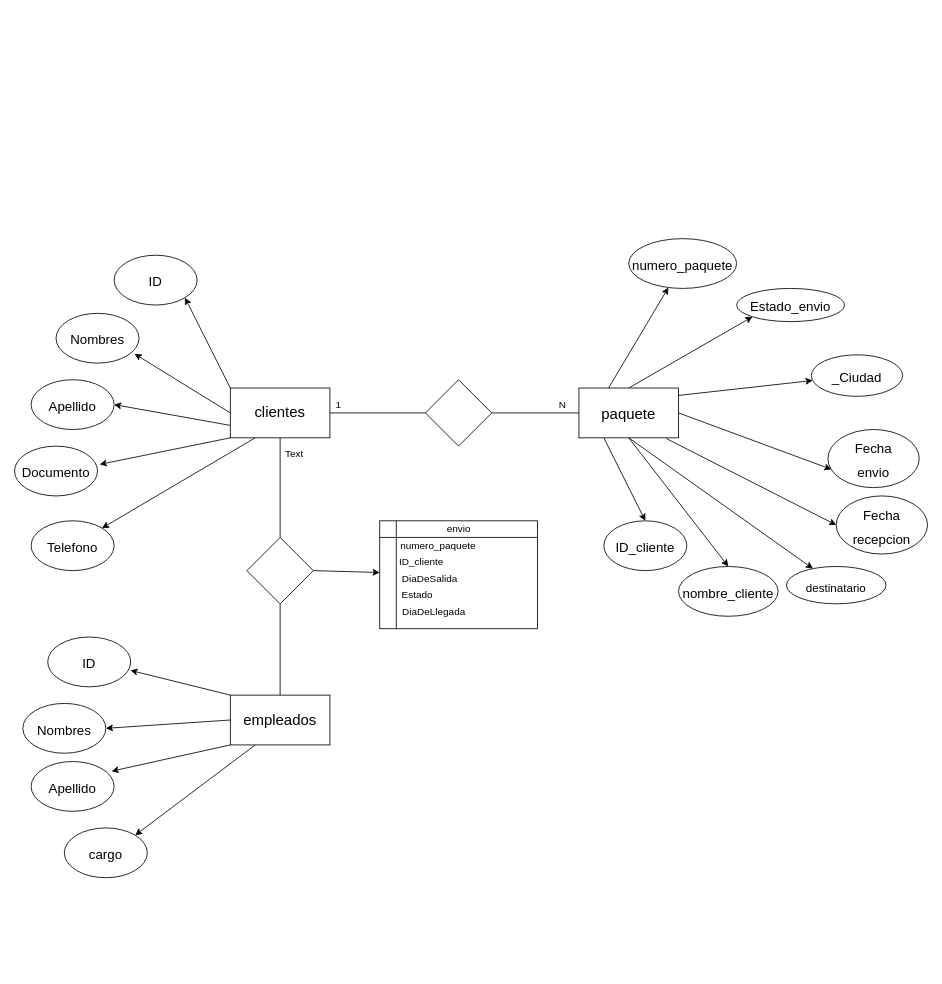
Above: mer_V4.drawio in mateovillaa11/Proyecto_FindeA-o (draw.io), before the change. Source tidied: cells renumbered, new cells numbered last; positions are measured from the earlier drawing's top-left corner, leaving out a move shared by most shapes. Both pictures are drawn from the tidied source at 83%, with x=0, y=0 at pixel (14, 238).
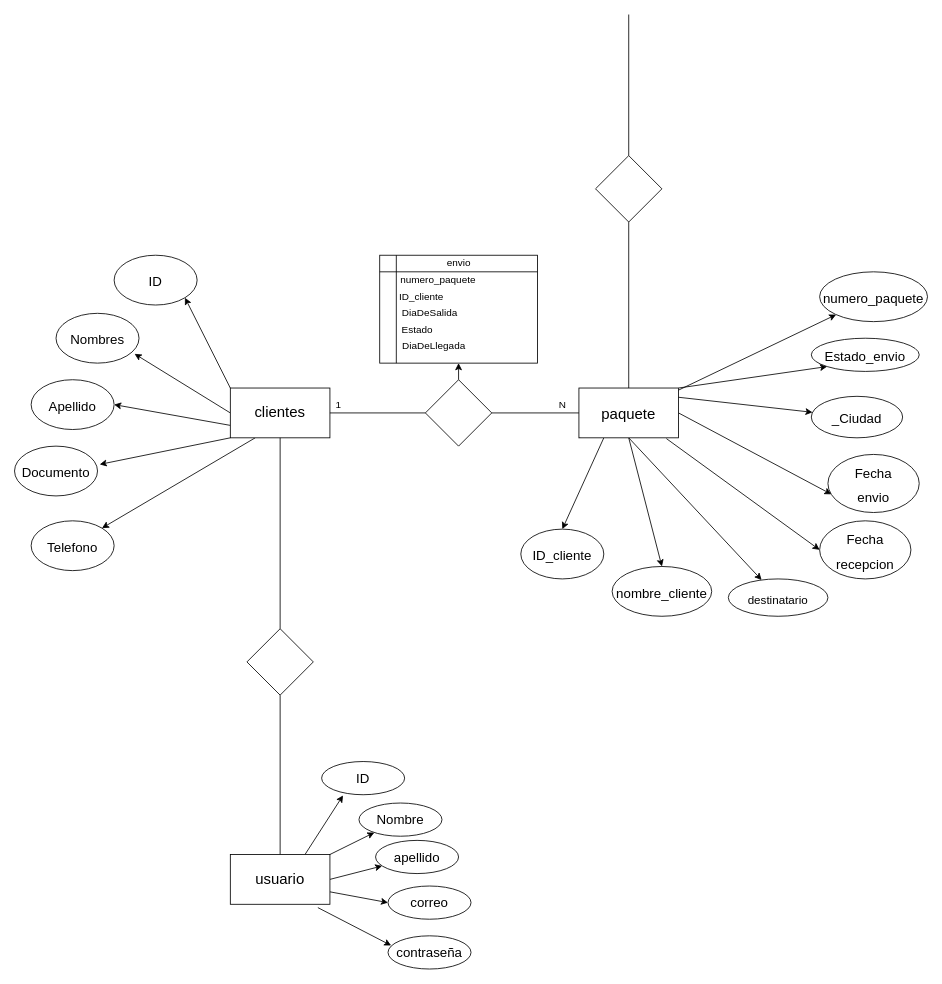
The same diagram, later.

Commit message:
nuevo mer

Unchanged cells that the change refers to:
```xml
<mxCell id="21" value="&lt;span style=&quot;font-size: 18px&quot;&gt;paquete&lt;/span&gt;" style="rounded=0;whiteSpace=wrap;html=1;fontSize=24;" parent="1" vertex="1">
  <mxGeometry x="680" y="180" width="120" height="60" as="geometry" />
</mxCell>
<mxCell id="34" style="rhombus;whiteSpace=wrap;html=1;fontSize=9;" parent="1" vertex="1">
  <mxGeometry x="495" y="170" width="80" height="80" as="geometry" />
</mxCell>
```

Change to the diagram source:
```diff
@@
-    <mxCell id="19" style="edgeStyle=none;html=1;exitX=0.5;exitY=0;exitDx=0;exitDy=0;entryX=0;entryY=1;entryDx=0;entryDy=0;" parent="1" edge="1" source="21" target="27">
+    <mxCell id="19" style="edgeStyle=none;html=1;exitX=1;exitY=0;exitDx=0;exitDy=0;entryX=0;entryY=1;entryDx=0;entryDy=0;" parent="1" edge="1" source="21" target="27">
       <mxGeometry relative="1" as="geometry" />
     </mxCell>
@@
     <mxCell id="22" value="&lt;span style=&quot;font-size: 16px&quot;&gt;numero_paquete&lt;br&gt;&lt;/span&gt;" style="ellipse;whiteSpace=wrap;html=1;fontSize=24;" parent="1" vertex="1">
-      <mxGeometry x="740" width="130" height="60" as="geometry" />
+      <mxGeometry x="970" y="40" width="130" height="60" as="geometry" />
     </mxCell>
     <mxCell id="23" value="&lt;font style=&quot;font-size: 14px&quot;&gt;destinatario&lt;/font&gt;" style="ellipse;whiteSpace=wrap;html=1;fontSize=24;" parent="1" vertex="1">
-      <mxGeometry x="930" y="395" width="120" height="45" as="geometry" />
+      <mxGeometry x="860" y="410" width="120" height="45" as="geometry" />
     </mxCell>
     <mxCell id="24" value="&lt;span style=&quot;font-size: 16px&quot;&gt;Fecha&lt;br&gt;recepcion&lt;br&gt;&lt;/span&gt;" style="ellipse;whiteSpace=wrap;html=1;fontSize=24;" parent="1" vertex="1">
-      <mxGeometry x="990" y="310" width="110" height="70" as="geometry" />
+      <mxGeometry x="970" y="340" width="110" height="70" as="geometry" />
     </mxCell>
     <mxCell id="25" value="&lt;span style=&quot;font-size: 16px&quot;&gt;Fecha&lt;br&gt;envio&lt;br&gt;&lt;/span&gt;" style="ellipse;whiteSpace=wrap;html=1;fontSize=24;" parent="1" vertex="1">
-      <mxGeometry x="980" y="230" width="110" height="70" as="geometry" />
+      <mxGeometry x="980" y="260" width="110" height="70" as="geometry" />
     </mxCell>
     <mxCell id="26" value="&lt;span style=&quot;font-size: 16px&quot;&gt;_Ciudad&lt;br&gt;&lt;/span&gt;" style="ellipse;whiteSpace=wrap;html=1;fontSize=24;" parent="1" vertex="1">
-      <mxGeometry x="960" y="140" width="110" height="50" as="geometry" />
+      <mxGeometry x="960" y="190" width="110" height="50" as="geometry" />
     </mxCell>
     <mxCell id="27" value="&lt;span style=&quot;font-size: 16px&quot;&gt;Estado_envio&lt;br&gt;&lt;/span&gt;" style="ellipse;whiteSpace=wrap;html=1;fontSize=24;" parent="1" vertex="1">
-      <mxGeometry x="870" y="60" width="130" height="40" as="geometry" />
+      <mxGeometry x="960" y="120" width="130" height="40" as="geometry" />
     </mxCell>
     <mxCell id="28" value="&lt;span style=&quot;font-size: 16px&quot;&gt;ID_cliente&lt;/span&gt;" style="ellipse;whiteSpace=wrap;html=1;fontSize=24;" parent="1" vertex="1">
-      <mxGeometry x="710" y="340" width="100" height="60" as="geometry" />
+      <mxGeometry x="610" y="350" width="100" height="60" as="geometry" />
     </mxCell>
@@
     <mxCell id="32" value="&lt;span style=&quot;font-size: 16px&quot;&gt;nombre_cliente&lt;/span&gt;" style="ellipse;whiteSpace=wrap;html=1;fontSize=24;" parent="1" vertex="1">
-      <mxGeometry x="800" y="395" width="120" height="60" as="geometry" />
+      <mxGeometry x="720" y="395" width="120" height="60" as="geometry" />
     </mxCell>
-    <mxCell id="33" style="edgeStyle=none;html=1;exitX=1;exitY=0.5;exitDx=0;exitDy=0;fontSize=9;" parent="1" edge="1" source="49" target="36">
+    <mxCell id="33" style="edgeStyle=none;html=1;exitX=0.5;exitY=0;exitDx=0;exitDy=0;fontSize=9;" parent="1" edge="1" source="34" target="36">
       <mxGeometry relative="1" as="geometry" />
     </mxCell>
@@
     <mxCell id="36" style="shape=internalStorage;whiteSpace=wrap;html=1;backgroundOutline=1;fontSize=9;" parent="1" vertex="1">
-      <mxGeometry x="440" y="340" width="190" height="130" as="geometry" />
+      <mxGeometry x="440" y="20" width="190" height="130" as="geometry" />
     </mxCell>
     <mxCell id="37" value="&lt;font style=&quot;font-size: 12px&quot;&gt;envio&lt;/font&gt;" style="text;html=1;align=center;verticalAlign=middle;strokeColor=none;fillColor=none;fontSize=9;" parent="1" vertex="1">
-      <mxGeometry x="515" y="340" width="40" height="20" as="geometry" />
+      <mxGeometry x="515" y="20" width="40" height="20" as="geometry" />
     </mxCell>
     <mxCell id="38" value="numero_paquete" style="text;html=1;align=center;verticalAlign=middle;strokeColor=none;fillColor=none;fontSize=12;" parent="1" vertex="1">
-      <mxGeometry x="455" y="360" width="110" height="20" as="geometry" />
+      <mxGeometry x="455" y="40" width="110" height="20" as="geometry" />
     </mxCell>
     <mxCell id="39" value="DiaDeSalida" style="text;html=1;align=center;verticalAlign=middle;strokeColor=none;fillColor=none;fontSize=12;" parent="1" vertex="1">
-      <mxGeometry x="460" y="400" width="80" height="20" as="geometry" />
+      <mxGeometry x="460" y="80" width="80" height="20" as="geometry" />
     </mxCell>
     <mxCell id="40" value="DiaDeLlegada" style="text;html=1;align=center;verticalAlign=middle;strokeColor=none;fillColor=none;fontSize=12;" parent="1" vertex="1">
-      <mxGeometry x="460" y="440" width="90" height="20" as="geometry" />
+      <mxGeometry x="460" y="120" width="90" height="20" as="geometry" />
     </mxCell>
     <mxCell id="41" value="Estado" style="text;html=1;align=center;verticalAlign=middle;strokeColor=none;fillColor=none;fontSize=12;" parent="1" vertex="1">
-      <mxGeometry x="460" y="420" width="50" height="20" as="geometry" />
+      <mxGeometry x="460" y="100" width="50" height="20" as="geometry" />
     </mxCell>
     <mxCell id="42" value="ID_cliente" style="text;html=1;align=center;verticalAlign=middle;strokeColor=none;fillColor=none;fontSize=12;" parent="1" vertex="1">
-      <mxGeometry x="455" y="380" width="70" height="20" as="geometry" />
+      <mxGeometry x="455" y="60" width="70" height="20" as="geometry" />
     </mxCell>
@@
-    <mxCell id="44" style="edgeStyle=none;html=1;exitX=0;exitY=0.5;exitDx=0;exitDy=0;fontSize=12;entryX=1;entryY=0.5;entryDx=0;entryDy=0;" parent="1" edge="1" source="48" target="51">
-      <mxGeometry relative="1" as="geometry" />
-    </mxCell>
-    <mxCell id="45" style="edgeStyle=none;html=1;exitX=0;exitY=1;exitDx=0;exitDy=0;fontSize=12;entryX=0.969;entryY=0.194;entryDx=0;entryDy=0;entryPerimeter=0;" parent="1" edge="1" source="48" target="52">
-      <mxGeometry relative="1" as="geometry" />
-    </mxCell>
-    <mxCell id="46" style="edgeStyle=none;html=1;exitX=0.25;exitY=1;exitDx=0;exitDy=0;fontSize=12;entryX=1;entryY=0;entryDx=0;entryDy=0;" parent="1" edge="1" source="48" target="54">
-      <mxGeometry relative="1" as="geometry" />
-    </mxCell>
+    <mxCell id="55" style="edgeStyle=none;html=1;exitX=1;exitY=0.5;exitDx=0;exitDy=0;" parent="1" edge="1" source="48" target="59">
+      <mxGeometry relative="1" as="geometry" />
+    </mxCell>
+    <mxCell id="56" style="edgeStyle=none;html=1;exitX=0.879;exitY=1.067;exitDx=0;exitDy=0;fontSize=18;entryX=0.038;entryY=0.291;entryDx=0;entryDy=0;entryPerimeter=0;exitPerimeter=0;" parent="1" edge="1" source="48" target="61">
+      <mxGeometry relative="1" as="geometry" />
+    </mxCell>
+    <mxCell id="57" style="edgeStyle=none;html=1;exitX=1;exitY=0;exitDx=0;exitDy=0;fontSize=18;" parent="1" edge="1" source="48" target="60">
+      <mxGeometry relative="1" as="geometry" />
+    </mxCell>
-    <mxCell id="47" style="edgeStyle=none;html=1;exitX=0;exitY=0;exitDx=0;exitDy=0;entryX=0.997;entryY=0.67;entryDx=0;entryDy=0;entryPerimeter=0;fontSize=12;" parent="1" edge="1" source="48" target="53">
+    <mxCell id="47" style="edgeStyle=none;html=1;exitX=0.75;exitY=0;exitDx=0;exitDy=0;fontSize=18;entryX=0.258;entryY=1.021;entryDx=0;entryDy=0;entryPerimeter=0;" parent="1" edge="1" source="48" target="53">
       <mxGeometry relative="1" as="geometry" />
     </mxCell>
+    <mxCell id="58" style="edgeStyle=none;html=1;exitX=1;exitY=0.75;exitDx=0;exitDy=0;fontSize=18;entryX=0;entryY=0.5;entryDx=0;entryDy=0;" parent="1" edge="1" source="48" target="62">
+      <mxGeometry relative="1" as="geometry" />
+    </mxCell>
-    <mxCell id="48" value="&lt;span style=&quot;font-size: 18px&quot;&gt;empleados&lt;/span&gt;" style="rounded=0;whiteSpace=wrap;html=1;" parent="1" vertex="1">
-      <mxGeometry x="260" y="550" width="120" height="60" as="geometry" />
+    <mxCell id="48" value="&lt;span style=&quot;font-size: 18px&quot;&gt;usuario&lt;/span&gt;" style="rounded=0;whiteSpace=wrap;html=1;" parent="1" vertex="1">
+      <mxGeometry x="260" y="742" width="120" height="60" as="geometry" />
     </mxCell>
     <mxCell id="49" style="rhombus;whiteSpace=wrap;html=1;fontSize=9;" parent="1" vertex="1">
-      <mxGeometry x="280" y="360" width="80" height="80" as="geometry" />
+      <mxGeometry x="280" y="470" width="80" height="80" as="geometry" />
     </mxCell>
@@
-    <mxCell id="51" value="&lt;font size=&quot;3&quot;&gt;Nombres&lt;/font&gt;" style="ellipse;whiteSpace=wrap;html=1;fontSize=24;" parent="1" vertex="1">
-      <mxGeometry x="10" y="560" width="100" height="60" as="geometry" />
-    </mxCell>
-    <mxCell id="52" value="&lt;span style=&quot;font-size: 16px&quot;&gt;Apellido&lt;/span&gt;" style="ellipse;whiteSpace=wrap;html=1;fontSize=24;" parent="1" vertex="1">
-      <mxGeometry x="20" y="630" width="100" height="60" as="geometry" />
-    </mxCell>
+    <mxCell id="59" value="&lt;font size=&quot;3&quot;&gt;apellido&lt;/font&gt;" style="ellipse;whiteSpace=wrap;html=1;" parent="1" vertex="1">
+      <mxGeometry x="435" y="725" width="100" height="40" as="geometry" />
+    </mxCell>
+    <mxCell id="60" value="&lt;font size=&quot;3&quot;&gt;Nombre&lt;/font&gt;" style="ellipse;whiteSpace=wrap;html=1;" parent="1" vertex="1">
+      <mxGeometry x="415" y="680" width="100" height="40" as="geometry" />
+    </mxCell>
-    <mxCell id="53" value="&lt;font size=&quot;3&quot;&gt;ID&lt;/font&gt;" style="ellipse;whiteSpace=wrap;html=1;fontSize=24;" parent="1" vertex="1">
-      <mxGeometry x="40" y="480" width="100" height="60" as="geometry" />
+    <mxCell id="53" value="&lt;font size=&quot;3&quot;&gt;ID&lt;/font&gt;" style="ellipse;whiteSpace=wrap;html=1;" parent="1" vertex="1">
+      <mxGeometry x="370" y="630" width="100" height="40" as="geometry" />
     </mxCell>
-    <mxCell id="54" value="&lt;span style=&quot;font-size: 16px&quot;&gt;cargo&lt;/span&gt;" style="ellipse;whiteSpace=wrap;html=1;fontSize=24;" parent="1" vertex="1">
-      <mxGeometry x="60" y="710" width="100" height="60" as="geometry" />
-    </mxCell>
-    <mxCell id="55" value="Text" style="text;html=1;align=center;verticalAlign=middle;strokeColor=none;fillColor=none;fontSize=12;" parent="1" vertex="1">
-      <mxGeometry x="317" y="250" width="40" height="20" as="geometry" />
-    </mxCell>
+    <mxCell id="61" value="&lt;font size=&quot;3&quot;&gt;contraseña&lt;/font&gt;" style="ellipse;whiteSpace=wrap;html=1;" parent="1" vertex="1">
+      <mxGeometry x="450" y="840" width="100" height="40" as="geometry" />
+    </mxCell>
+    <mxCell id="62" value="&lt;font size=&quot;3&quot;&gt;correo&lt;/font&gt;" style="ellipse;whiteSpace=wrap;html=1;" parent="1" vertex="1">
+      <mxGeometry x="450" y="780" width="100" height="40" as="geometry" />
+    </mxCell>
+    <mxCell id="63" style="endArrow=none;html=1;fontSize=18;exitX=0.5;exitY=0;exitDx=0;exitDy=0;startArrow=none;" parent="1" edge="1" source="64">
+      <mxGeometry relative="1" as="geometry">
+        <mxPoint x="740" y="-270" as="targetPoint" />
+      </mxGeometry>
+    </mxCell>
+    <mxCell id="64" style="rhombus;whiteSpace=wrap;html=1;fontSize=9;" parent="1" vertex="1">
+      <mxGeometry x="700" y="-100" width="80" height="80" as="geometry" />
+    </mxCell>
+    <mxCell id="65" style="endArrow=none;html=1;fontSize=18;exitX=0.5;exitY=0;exitDx=0;exitDy=0;" parent="1" edge="1" source="21" target="64">
+      <mxGeometry relative="1" as="geometry" />
+    </mxCell>
```
